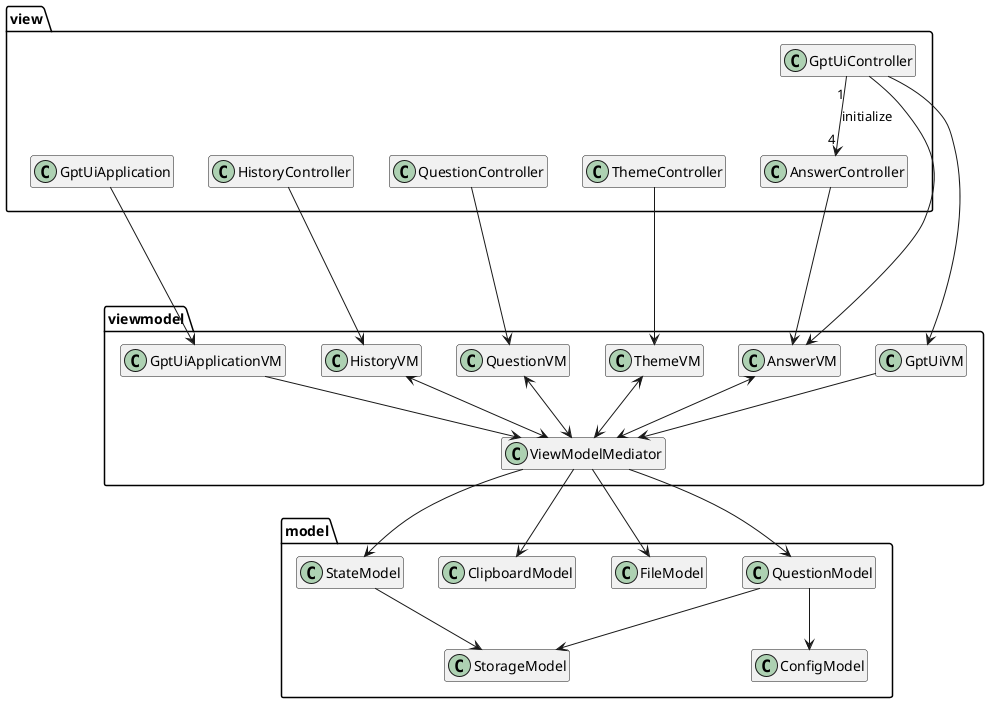
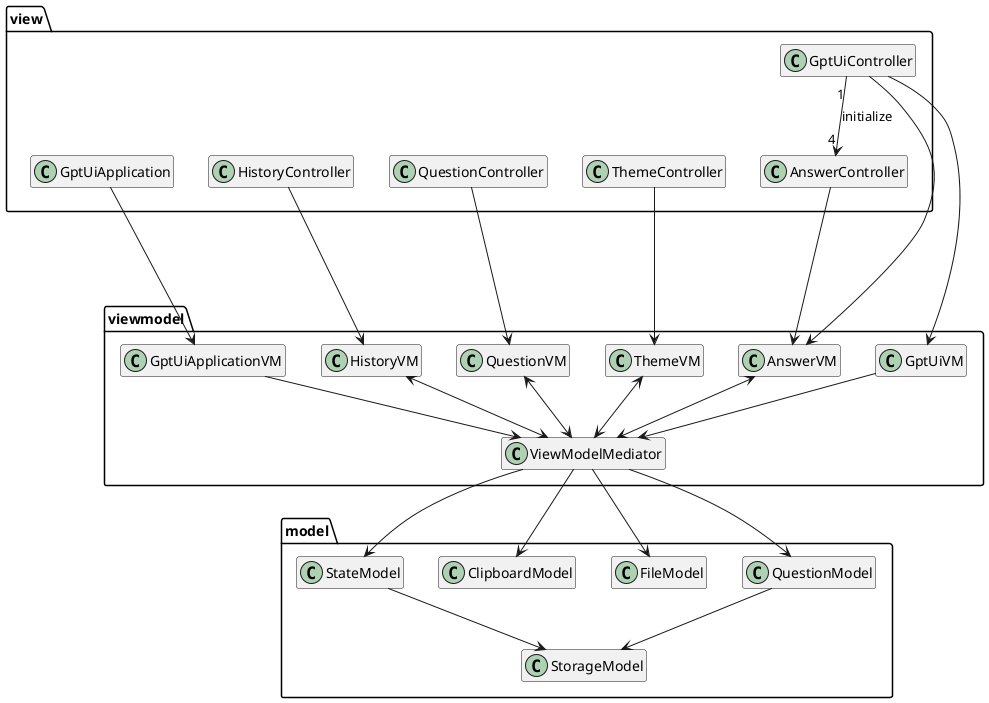
@startuml
hide empty members

package view {
    class GptUiController
    together {
        class GptUiApplication
        class HistoryController
        class QuestionController
        class ThemeController
        class AnswerController
    }
}

package viewmodel {
    class GptUiApplicationVM
    class AnswerVM
    class GptUiVM
    class HistoryVM
    class QuestionVM
    class ThemeVM
    class ViewModelMediator
}

package model{
    class StateModel
    class ClipboardModel
-     class ConfigModel
    class FileModel
    class QuestionModel
    class StorageModel
}

GptUiApplication --> GptUiApplicationVM

GptUiApplicationVM --> ViewModelMediator

ThemeController ---> ThemeVM
QuestionController ---> QuestionVM
HistoryController ---> HistoryVM
AnswerController --> AnswerVM

GptUiController "1" --> "4" AnswerController: initialize
GptUiController --> AnswerVM
GptUiController --> GptUiVM

ThemeVM <--> ViewModelMediator
QuestionVM <--> ViewModelMediator
HistoryVM <--> ViewModelMediator
GptUiVM --> ViewModelMediator
AnswerVM <--> ViewModelMediator

StateModel --> StorageModel
QuestionModel --> StorageModel
- QuestionModel --> ConfigModel

ViewModelMediator --> StateModel
ViewModelMediator --> QuestionModel
ViewModelMediator --> ClipboardModel
ViewModelMediator --> FileModel


@enduml